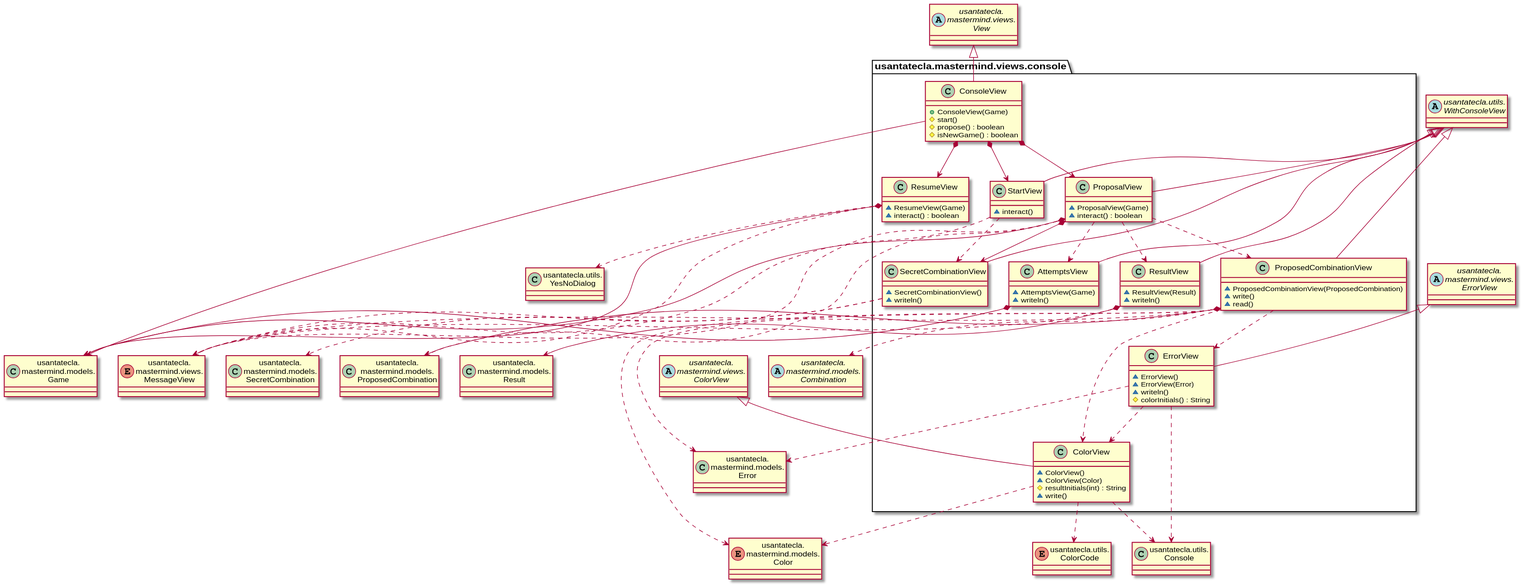
Earlier version of the PlantUML export documentView/withoutFactoryMethod/docs/diagrams/out/paquetes/usantatecla.mastermind.views.console.svg (SantaTecla-mastermind/solution.java.swing.socket.sql).
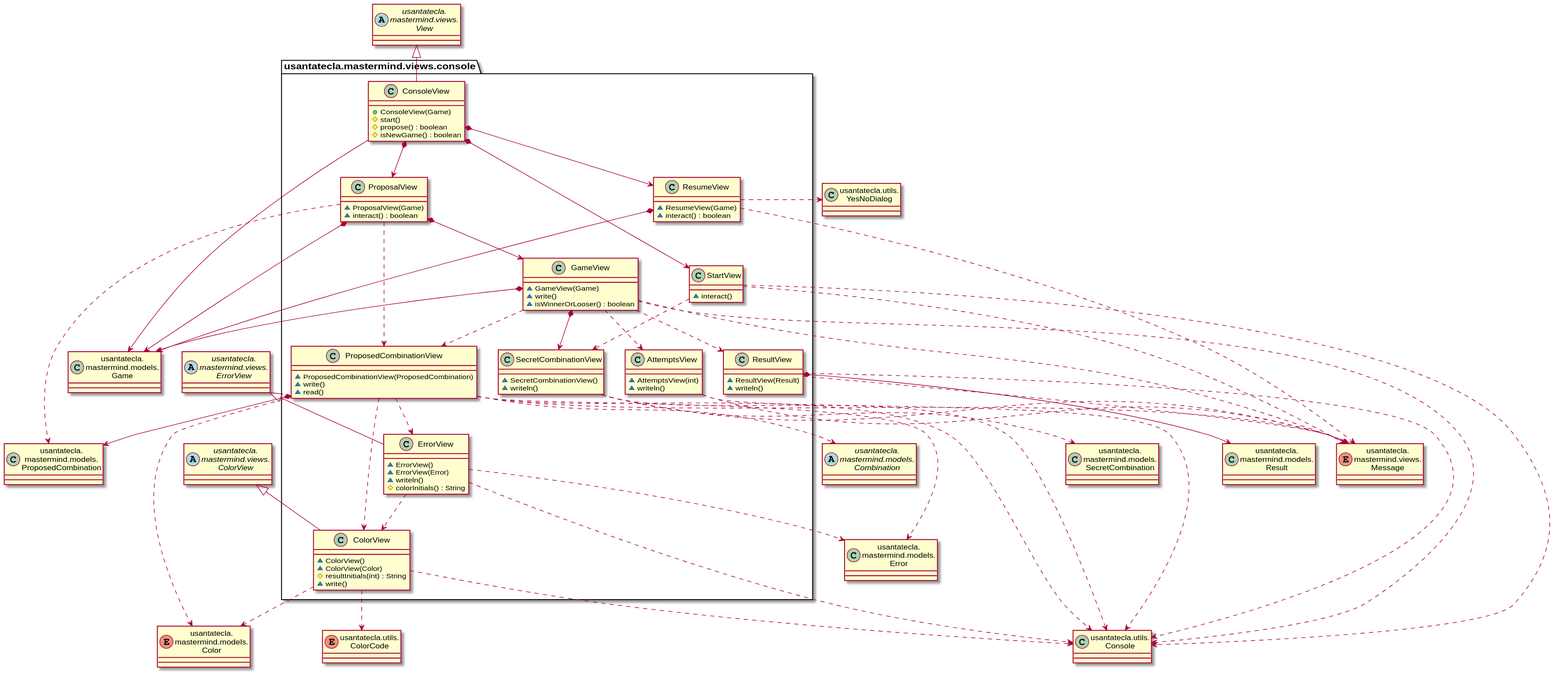
The same diagram one commit later.

Commit message:
[withoutFactory] Cambiado paquete graphics para adaptarlo al null patron. Cambiados diagramas para visualizar cambios

The edit, as a diff of the source:
```diff
@@ -9,8 +9,7 @@
 abstract class View as "usantatecla.\nmastermind.views.\nView"
 abstract class ColorView as "usantatecla.\nmastermind.views.\nColorView"
 abstract class ErrorView as "usantatecla.\nmastermind.views.\nErrorView"
-enum MessageView as "usantatecla.\nmastermind.views.\nMessageView"
-abstract class WithConsoleView as "usantatecla.utils.\nWithConsoleView"
+enum Message as "usantatecla.\nmastermind.views.\nMessage"
 class Console as "usantatecla.utils.\nConsole"
 class YesNoDialog as "usantatecla.utils.\nYesNoDialog"
 enum ColorCode as "usantatecla.utils.\nColorCode"
@@ -32,66 +31,76 @@
     ~ interact() : boolean
 }
 usantatecla.mastermind.views.console.ResumeView *-down-> Game
-usantatecla.mastermind.views.console.ResumeView ..> YesNoDialog
-usantatecla.mastermind.views.console.ResumeView ..> MessageView
+usantatecla.mastermind.views.console.ResumeView ..> Message
+usantatecla.mastermind.views.console.ResumeView .> YesNoDialog
 
 class usantatecla.mastermind.views.console.StartView {
     ~ interact()
 }
-usantatecla.mastermind.views.console.StartView -up-|> WithConsoleView
-usantatecla.mastermind.views.console.StartView ..> MessageView
+usantatecla.mastermind.views.console.StartView ..> Console
+usantatecla.mastermind.views.console.StartView ..> Message
 usantatecla.mastermind.views.console.StartView ..> usantatecla.mastermind.views.console.SecretCombinationView
+
+class usantatecla.mastermind.views.console.GameView {
+    ~ GameView(Game)
+    ~ write()
+    ~ isWinnerOrLooser() : boolean
+}
+usantatecla.mastermind.views.console.GameView *-down-> Game
+usantatecla.mastermind.views.console.GameView *-down-> usantatecla.mastermind.views.console.SecretCombinationView
+usantatecla.mastermind.views.console.GameView ..> usantatecla.mastermind.views.console.AttemptsView
+usantatecla.mastermind.views.console.GameView ..> usantatecla.mastermind.views.console.ResultView
+usantatecla.mastermind.views.console.GameView ..> usantatecla.mastermind.views.console.ProposedCombinationView
+usantatecla.mastermind.views.console.GameView ..> Message
+usantatecla.mastermind.views.console.GameView ..> Console
 
 class usantatecla.mastermind.views.console.ProposalView {
     ~ ProposalView(Game)
     ~ interact() : boolean
 
 }
-usantatecla.mastermind.views.console.ProposalView -up-|> WithConsoleView
 usantatecla.mastermind.views.console.ProposalView *-down-> Game
-usantatecla.mastermind.views.console.ProposalView *-down-> usantatecla.mastermind.views.console.SecretCombinationView
+usantatecla.mastermind.views.console.ProposalView *-down-> usantatecla.mastermind.views.console.GameView
 usantatecla.mastermind.views.console.ProposalView ..> ProposedCombination
-usantatecla.mastermind.views.console.ProposalView ..> usantatecla.mastermind.views.console.AttemptsView
-usantatecla.mastermind.views.console.ProposalView ..> usantatecla.mastermind.views.console.ResultView
 usantatecla.mastermind.views.console.ProposalView ..> usantatecla.mastermind.views.console.ProposedCombinationView
-usantatecla.mastermind.views.console.ProposalView ..> MessageView
+
 
 class usantatecla.mastermind.views.console.ProposedCombinationView {
     ~ ProposedCombinationView(ProposedCombination)
     ~ write()
     ~ read()
 }
-usantatecla.mastermind.views.console.ProposedCombinationView -up-|> WithConsoleView
 usantatecla.mastermind.views.console.ProposedCombinationView *-down-> ProposedCombination
 usantatecla.mastermind.views.console.ProposedCombinationView ..> usantatecla.mastermind.views.console.ErrorView
 usantatecla.mastermind.views.console.ProposedCombinationView ..> usantatecla.mastermind.views.console.ColorView
 usantatecla.mastermind.views.console.ProposedCombinationView ..> Color
 usantatecla.mastermind.views.console.ProposedCombinationView ..> Error
 usantatecla.mastermind.views.console.ProposedCombinationView ..> Combination
-usantatecla.mastermind.views.console.ProposedCombinationView ..> MessageView
+usantatecla.mastermind.views.console.ProposedCombinationView ..> Message
+usantatecla.mastermind.views.console.ProposedCombinationView ..> Console
 
 class usantatecla.mastermind.views.console.SecretCombinationView {
     ~ SecretCombinationView()
     ~ writeln()
 }
-usantatecla.mastermind.views.console.SecretCombinationView -up-|> WithConsoleView
 usantatecla.mastermind.views.console.SecretCombinationView ..> SecretCombination
-usantatecla.mastermind.views.console.SecretCombinationView ..> MessageView
+usantatecla.mastermind.views.console.SecretCombinationView ..> Message
+usantatecla.mastermind.views.console.SecretCombinationView ..> Console
 
 class usantatecla.mastermind.views.console.ResultView {
     ~ ResultView(Result)
     ~ writeln()
 }
-usantatecla.mastermind.views.console.ResultView -up-|> WithConsoleView
 usantatecla.mastermind.views.console.ResultView *-down-> Result
-usantatecla.mastermind.views.console.ResultView ..> MessageView
+usantatecla.mastermind.views.console.ResultView ..> Message
+usantatecla.mastermind.views.console.ResultView ..> Console
 
 class usantatecla.mastermind.views.console.AttemptsView {
-    ~ AttemptsView(Game)
+    ~ AttemptsView(int)
     ~ writeln()
 }
-usantatecla.mastermind.views.console.AttemptsView -up-|> WithConsoleView
-usantatecla.mastermind.views.console.AttemptsView *-down-> Game
+usantatecla.mastermind.views.console.AttemptsView ..> Console
+usantatecla.mastermind.views.console.AttemptsView ..> Message
 
 class usantatecla.mastermind.views.console.ColorView {
     ~ ColorView()
```
